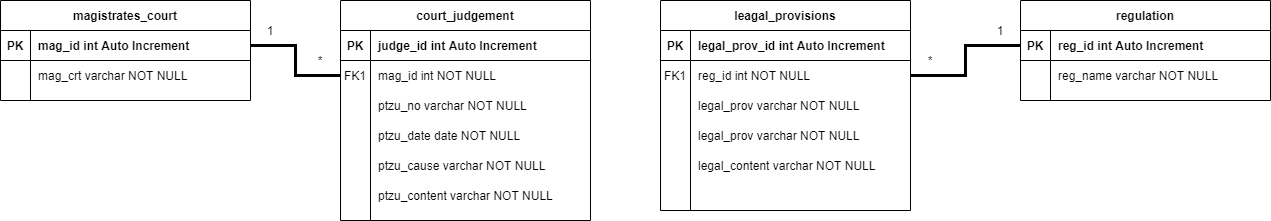
This is AWS-RDS-LawTech.png from SCU-LAWTECH/109-2_LawTech, a draw.io export, as it was before one commit. Source tidied: cells renumbered, new cells last; positions are measured from the earlier drawing's top-left corner, leaving out a move shared by most shapes. Source of this version:
```xml
<mxGraphModel>
  <root>
    <mxCell id="0" />
    <mxCell id="1" parent="0" />
    <mxCell id="2" value="court_judgement" style="shape=table;startSize=30;rowLines=0;fontStyle=1;align=center;" parent="1" vertex="1">
      <mxGeometry x="340" width="250" height="220" as="geometry" />
    </mxCell>
    <mxCell id="3" style="shape=partialRectangle;fillColor=none;top=0;left=0;right=0;bottom=1;" parent="2" vertex="1">
      <mxGeometry y="30" width="250" height="30" as="geometry" />
    </mxCell>
    <mxCell id="4" value="PK" style="shape=partialRectangle;overflow=hidden;fillColor=none;top=0;left=0;bottom=0;right=0;fontStyle=1;" parent="3" vertex="1">
      <mxGeometry width="30" height="30" as="geometry" />
    </mxCell>
    <mxCell id="5" value="judge_id int Auto Increment" style="shape=partialRectangle;overflow=hidden;fillColor=none;top=0;left=0;bottom=0;right=0;align=left;spacingLeft=6;fontStyle=1;" parent="3" vertex="1">
      <mxGeometry x="30" width="220" height="30" as="geometry" />
    </mxCell>
    <mxCell id="6" style="shape=partialRectangle;fillColor=none;points=[[0,0.5],[1,0.5]];portConstraint=eastwest;top=0;left=0;right=0;bottom=0;" parent="2" vertex="1">
      <mxGeometry y="60" width="250" height="30" as="geometry" />
    </mxCell>
    <mxCell id="7" value="FK1" style="shape=partialRectangle;overflow=hidden;fillColor=none;top=0;left=0;bottom=0;right=0;" parent="6" vertex="1">
      <mxGeometry width="30" height="30" as="geometry" />
    </mxCell>
    <mxCell id="8" value="mag_id int NOT NULL" style="shape=partialRectangle;overflow=hidden;fillColor=none;top=0;left=0;bottom=0;right=0;align=left;spacingLeft=6;" parent="6" vertex="1">
      <mxGeometry x="30" width="220" height="30" as="geometry" />
    </mxCell>
    <mxCell id="9" style="shape=partialRectangle;fillColor=none;top=0;left=0;right=0;bottom=0;" parent="2" vertex="1">
      <mxGeometry y="90" width="250" height="30" as="geometry" />
    </mxCell>
    <mxCell id="10" style="shape=partialRectangle;overflow=hidden;fillColor=none;top=0;left=0;bottom=0;right=0;" parent="9" vertex="1">
      <mxGeometry width="30" height="30" as="geometry" />
    </mxCell>
    <mxCell id="11" value="ptzu_no varchar NOT NULL" style="shape=partialRectangle;overflow=hidden;fillColor=none;top=0;left=0;bottom=0;right=0;align=left;spacingLeft=6;" parent="9" vertex="1">
      <mxGeometry x="30" width="220" height="30" as="geometry" />
    </mxCell>
    <mxCell id="12" value="leagal_provisions" style="shape=table;startSize=30;rowLines=0;fontStyle=1;align=center;" parent="1" vertex="1">
      <mxGeometry x="660" width="250" height="210" as="geometry" />
    </mxCell>
    <mxCell id="13" style="shape=partialRectangle;fillColor=none;top=0;left=0;right=0;bottom=1;" parent="12" vertex="1">
      <mxGeometry y="30" width="250" height="30" as="geometry" />
    </mxCell>
    <mxCell id="14" value="PK" style="shape=partialRectangle;overflow=hidden;fillColor=none;top=0;left=0;bottom=0;right=0;fontStyle=1;" parent="13" vertex="1">
      <mxGeometry width="30" height="30" as="geometry" />
    </mxCell>
    <mxCell id="15" value="legal_prov_id int Auto Increment " style="shape=partialRectangle;overflow=hidden;fillColor=none;top=0;left=0;bottom=0;right=0;align=left;spacingLeft=6;fontStyle=1;" parent="13" vertex="1">
      <mxGeometry x="30" width="220" height="30" as="geometry" />
    </mxCell>
    <mxCell id="16" style="shape=partialRectangle;fillColor=none;points=[[0,0.5],[1,0.5]];portConstraint=eastwest;top=0;left=0;right=0;bottom=0;" parent="12" vertex="1">
      <mxGeometry y="60" width="250" height="30" as="geometry" />
    </mxCell>
    <mxCell id="17" value="FK1" style="shape=partialRectangle;overflow=hidden;fillColor=none;top=0;left=0;bottom=0;right=0;" parent="16" vertex="1">
      <mxGeometry width="30" height="30" as="geometry" />
    </mxCell>
    <mxCell id="18" value="reg_id int NOT NULL" style="shape=partialRectangle;overflow=hidden;fillColor=none;top=0;left=0;bottom=0;right=0;align=left;spacingLeft=6;" parent="16" vertex="1">
      <mxGeometry x="30" width="220" height="30" as="geometry" />
    </mxCell>
    <mxCell id="19" style="shape=partialRectangle;fillColor=none;top=0;left=0;right=0;bottom=0;" parent="12" vertex="1">
      <mxGeometry y="90" width="250" height="30" as="geometry" />
    </mxCell>
    <mxCell id="20" style="shape=partialRectangle;overflow=hidden;fillColor=none;top=0;left=0;bottom=0;right=0;" parent="19" vertex="1">
      <mxGeometry width="30" height="30" as="geometry" />
    </mxCell>
    <mxCell id="21" value="legal_prov varchar NOT NULL" style="shape=partialRectangle;overflow=hidden;fillColor=none;top=0;left=0;bottom=0;right=0;align=left;spacingLeft=6;" parent="19" vertex="1">
      <mxGeometry x="30" width="220" height="30" as="geometry" />
    </mxCell>
    <mxCell id="22" value="magistrates_court" style="shape=table;startSize=30;rowLines=0;fontStyle=1;align=center;" parent="1" vertex="1">
      <mxGeometry width="250" height="100" as="geometry" />
    </mxCell>
    <mxCell id="23" style="shape=partialRectangle;fillColor=none;points=[[0,0.5],[1,0.5]];portConstraint=eastwest;top=0;left=0;right=0;bottom=1;" parent="22" vertex="1">
      <mxGeometry y="30" width="250" height="30" as="geometry" />
    </mxCell>
    <mxCell id="24" value="PK" style="shape=partialRectangle;overflow=hidden;fillColor=none;top=0;left=0;bottom=0;right=0;fontStyle=1;" parent="23" vertex="1">
      <mxGeometry width="30" height="30" as="geometry" />
    </mxCell>
    <mxCell id="25" value="mag_id int Auto Increment" style="shape=partialRectangle;overflow=hidden;fillColor=none;top=0;left=0;bottom=0;right=0;align=left;spacingLeft=6;fontStyle=1;" parent="23" vertex="1">
      <mxGeometry x="30" width="220" height="30" as="geometry" />
    </mxCell>
    <mxCell id="26" style="shape=partialRectangle;fillColor=none;top=0;left=0;right=0;bottom=0;" parent="22" vertex="1">
      <mxGeometry y="60" width="250" height="30" as="geometry" />
    </mxCell>
    <mxCell id="27" style="shape=partialRectangle;overflow=hidden;fillColor=none;top=0;left=0;bottom=0;right=0;" parent="26" vertex="1">
      <mxGeometry width="30" height="30" as="geometry" />
    </mxCell>
    <mxCell id="28" value="mag_crt varchar NOT NULL" style="shape=partialRectangle;overflow=hidden;fillColor=none;top=0;left=0;bottom=0;right=0;align=left;spacingLeft=6;" parent="26" vertex="1">
      <mxGeometry x="30" width="220" height="30" as="geometry" />
    </mxCell>
    <mxCell id="29" value="regulation" style="shape=table;startSize=30;rowLines=0;fontStyle=1;align=center;" parent="1" vertex="1">
      <mxGeometry x="1020" width="250" height="100" as="geometry" />
    </mxCell>
    <mxCell id="30" style="shape=partialRectangle;fillColor=none;points=[[0,0.5],[1,0.5]];portConstraint=eastwest;top=0;left=0;right=0;bottom=1;" parent="29" vertex="1">
      <mxGeometry y="30" width="250" height="30" as="geometry" />
    </mxCell>
    <mxCell id="31" value="PK" style="shape=partialRectangle;overflow=hidden;fillColor=none;top=0;left=0;bottom=0;right=0;fontStyle=1;" parent="30" vertex="1">
      <mxGeometry width="30" height="30" as="geometry" />
    </mxCell>
    <mxCell id="32" value="reg_id int Auto Increment " style="shape=partialRectangle;overflow=hidden;fillColor=none;top=0;left=0;bottom=0;right=0;align=left;spacingLeft=6;fontStyle=1;" parent="30" vertex="1">
      <mxGeometry x="30" width="220" height="30" as="geometry" />
    </mxCell>
    <mxCell id="33" style="shape=partialRectangle;fillColor=none;top=0;left=0;right=0;bottom=0;" parent="29" vertex="1">
      <mxGeometry y="60" width="250" height="30" as="geometry" />
    </mxCell>
    <mxCell id="34" style="shape=partialRectangle;overflow=hidden;fillColor=none;top=0;left=0;bottom=0;right=0;" parent="33" vertex="1">
      <mxGeometry width="30" height="30" as="geometry" />
    </mxCell>
    <mxCell id="35" value="reg_name varchar NOT NULL" style="shape=partialRectangle;overflow=hidden;fillColor=none;top=0;left=0;bottom=0;right=0;align=left;spacingLeft=6;" parent="33" vertex="1">
      <mxGeometry x="30" width="220" height="30" as="geometry" />
    </mxCell>
    <mxCell id="36" value="ptzu_date date NOT NULL" style="shape=partialRectangle;overflow=hidden;fillColor=none;top=0;left=0;bottom=0;right=0;align=left;spacingLeft=6;" parent="1" vertex="1">
      <mxGeometry x="370" y="120" width="220" height="30" as="geometry" />
    </mxCell>
    <mxCell id="37" value="ptzu_cause varchar NOT NULL" style="shape=partialRectangle;overflow=hidden;fillColor=none;top=0;left=0;bottom=0;right=0;align=left;spacingLeft=6;" parent="1" vertex="1">
      <mxGeometry x="370" y="150" width="220" height="30" as="geometry" />
    </mxCell>
    <mxCell id="38" value="ptzu_content varchar NOT NULL" style="shape=partialRectangle;overflow=hidden;fillColor=none;top=0;left=0;bottom=0;right=0;align=left;spacingLeft=6;" parent="1" vertex="1">
      <mxGeometry x="370" y="180" width="220" height="30" as="geometry" />
    </mxCell>
    <mxCell id="39" value="legal_prov varchar NOT NULL" style="shape=partialRectangle;overflow=hidden;fillColor=none;top=0;left=0;bottom=0;right=0;align=left;spacingLeft=6;" parent="1" vertex="1">
      <mxGeometry x="690" y="120" width="220" height="30" as="geometry" />
    </mxCell>
    <mxCell id="40" value="legal_content varchar NOT NULL" style="shape=partialRectangle;overflow=hidden;fillColor=none;top=0;left=0;bottom=0;right=0;align=left;spacingLeft=6;" parent="1" vertex="1">
      <mxGeometry x="690" y="150" width="220" height="30" as="geometry" />
    </mxCell>
    <mxCell id="41" style="edgeStyle=orthogonalEdgeStyle;rounded=0;jettySize=auto;html=1;entryX=0;entryY=0.5;entryDx=0;entryDy=0;endArrow=none;endFill=0;strokeWidth=3;" parent="1" edge="1" source="23" target="6">
      <mxGeometry relative="1" as="geometry" />
    </mxCell>
    <mxCell id="42" style="edgeStyle=orthogonalEdgeStyle;rounded=0;jettySize=auto;html=1;entryX=1;entryY=0.5;entryDx=0;entryDy=0;strokeWidth=3;endArrow=none;endFill=0;" parent="1" edge="1" source="30" target="16">
      <mxGeometry relative="1" as="geometry" />
    </mxCell>
    <mxCell id="43" value="1" style="text;html=1;strokeColor=none;fillColor=none;align=center;verticalAlign=middle;whiteSpace=wrap;rounded=0;" parent="1" vertex="1">
      <mxGeometry x="250" y="20" width="40" height="20" as="geometry" />
    </mxCell>
    <mxCell id="44" value="*" style="text;html=1;strokeColor=none;fillColor=none;align=center;verticalAlign=middle;whiteSpace=wrap;rounded=0;" parent="1" vertex="1">
      <mxGeometry x="300" y="50" width="40" height="20" as="geometry" />
    </mxCell>
    <mxCell id="45" value="*" style="text;html=1;strokeColor=none;fillColor=none;align=center;verticalAlign=middle;whiteSpace=wrap;rounded=0;" parent="1" vertex="1">
      <mxGeometry x="910" y="50" width="40" height="20" as="geometry" />
    </mxCell>
    <mxCell id="46" value="1" style="text;html=1;strokeColor=none;fillColor=none;align=center;verticalAlign=middle;whiteSpace=wrap;rounded=0;" parent="1" vertex="1">
      <mxGeometry x="980" y="20" width="40" height="20" as="geometry" />
    </mxCell>
  </root>
</mxGraphModel>
```
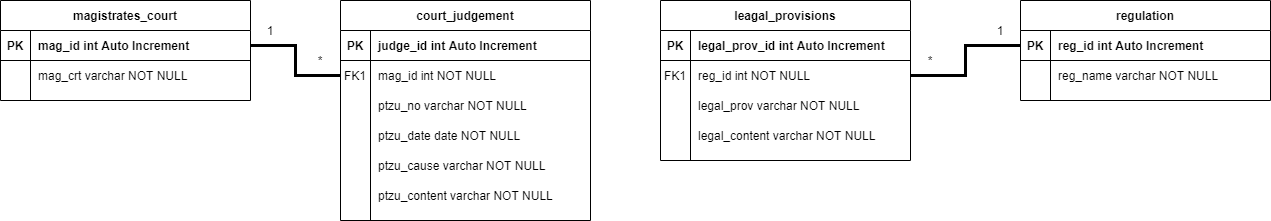
After the commit.

Diff of the diagram source:
```diff
@@ -33,7 +33,7 @@
       <mxGeometry x="30" width="220" height="30" as="geometry" />
     </mxCell>
     <mxCell id="12" value="leagal_provisions" style="shape=table;startSize=30;rowLines=0;fontStyle=1;align=center;" parent="1" vertex="1">
-      <mxGeometry x="660" width="250" height="210" as="geometry" />
+      <mxGeometry x="660" width="250" height="160" as="geometry" />
     </mxCell>
     <mxCell id="13" style="shape=partialRectangle;fillColor=none;top=0;left=0;right=0;bottom=1;" parent="12" vertex="1">
       <mxGeometry y="30" width="250" height="30" as="geometry" />
@@ -113,11 +113,8 @@
     <mxCell id="38" value="ptzu_content varchar NOT NULL" style="shape=partialRectangle;overflow=hidden;fillColor=none;top=0;left=0;bottom=0;right=0;align=left;spacingLeft=6;" parent="1" vertex="1">
       <mxGeometry x="370" y="180" width="220" height="30" as="geometry" />
     </mxCell>
-    <mxCell id="39" value="legal_prov varchar NOT NULL" style="shape=partialRectangle;overflow=hidden;fillColor=none;top=0;left=0;bottom=0;right=0;align=left;spacingLeft=6;" parent="1" vertex="1">
-      <mxGeometry x="690" y="120" width="220" height="30" as="geometry" />
-    </mxCell>
     <mxCell id="40" value="legal_content varchar NOT NULL" style="shape=partialRectangle;overflow=hidden;fillColor=none;top=0;left=0;bottom=0;right=0;align=left;spacingLeft=6;" parent="1" vertex="1">
-      <mxGeometry x="690" y="150" width="220" height="30" as="geometry" />
+      <mxGeometry x="690" y="120" width="220" height="30" as="geometry" />
     </mxCell>
     <mxCell id="41" style="edgeStyle=orthogonalEdgeStyle;rounded=0;jettySize=auto;html=1;entryX=0;entryY=0.5;entryDx=0;entryDy=0;endArrow=none;endFill=0;strokeWidth=3;" parent="1" edge="1" source="23" target="6">
       <mxGeometry relative="1" as="geometry" />
```
